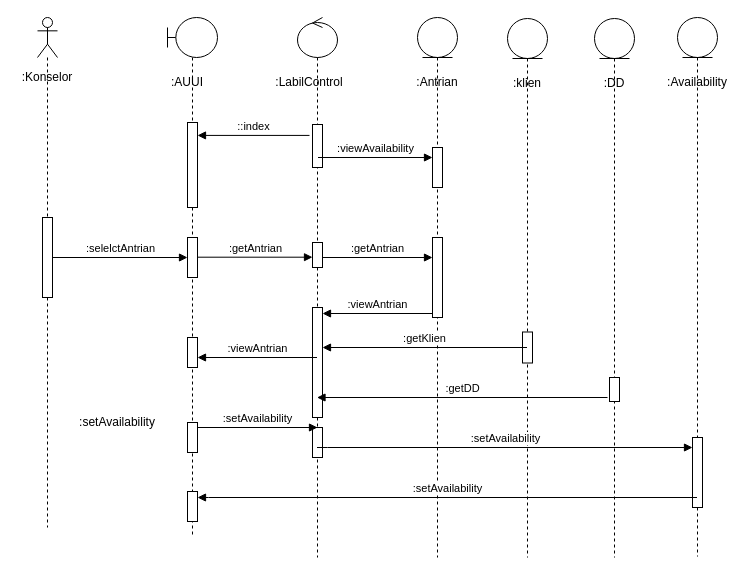
Before: Mini-Proj/Seq-MM.drawio in mahesri/uml_ads_sms3, a draw.io diagram. Source tidied: cells renumbered, new cells numbered last; positions are measured from the earlier drawing's top-left corner, leaving out a move shared by most shapes. Both pictures are drawn from the tidied source at 100%, with x=0, y=0 at pixel (17, 17).
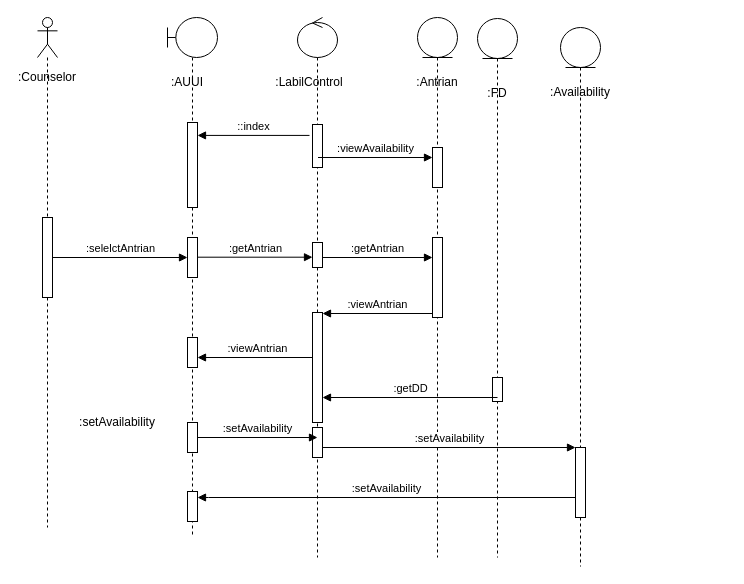
The same page after the edit.

The change refers to these unchanged cells:
```xml
<mxCell id="10" style="shape=umlLifeline;perimeter=lifelinePerimeter;whiteSpace=wrap;html=1;outlineConnect=0;portConstraint=eastwest;newEdgeStyle={&quot;curved&quot;:0,&quot;rounded&quot;:0};participant=umlControl;" parent="1" vertex="1">
  <mxGeometry x="280" width="40" height="540" as="geometry" />
</mxCell>
<mxCell id="14" style="html=1;points=[[0,0,0,0,5],[0,1,0,0,-5],[1,0,0,0,5],[1,1,0,0,-5]];perimeter=orthogonalPerimeter;outlineConnect=0;targetShapes=umlLifeline;portConstraint=eastwest;newEdgeStyle={&quot;curved&quot;:0,&quot;rounded&quot;:0};" parent="10" vertex="1">
  <mxGeometry x="15" y="410" width="10" height="30" as="geometry" />
</mxCell>
<mxCell id="36" style="html=1;points=[[0,0,0,0,5],[0,1,0,0,-5],[1,0,0,0,5],[1,1,0,0,-5]];perimeter=orthogonalPerimeter;outlineConnect=0;targetShapes=umlLifeline;portConstraint=eastwest;newEdgeStyle={&quot;curved&quot;:0,&quot;rounded&quot;:0};" parent="35" vertex="1">
  <mxGeometry x="15" y="420" width="10" height="70" as="geometry" />
</mxCell>
```

Change to the diagram source:
```diff
@@
-    <mxCell id="9" value=":Konselor" style="text;html=1;strokeColor=none;fillColor=none;align=center;verticalAlign=middle;whiteSpace=wrap;rounded=0;" parent="1" vertex="1">
+    <mxCell id="9" value=":Counselor" style="text;html=1;strokeColor=none;fillColor=none;align=center;verticalAlign=middle;whiteSpace=wrap;rounded=0;" parent="1" vertex="1">
       <mxGeometry y="45" width="60" height="30" as="geometry" />
     </mxCell>
@@
-    <mxCell id="13" style="html=1;points=[[0,0,0,0,5],[0,1,0,0,-5],[1,0,0,0,5],[1,1,0,0,-5]];perimeter=orthogonalPerimeter;outlineConnect=0;targetShapes=umlLifeline;portConstraint=eastwest;newEdgeStyle={&quot;curved&quot;:0,&quot;rounded&quot;:0};" parent="10" vertex="1">
-      <mxGeometry x="15" y="290" width="10" height="110" as="geometry" />
-    </mxCell>
@@
-    <mxCell id="17" value=":DD" style="text;html=1;strokeColor=none;fillColor=none;align=center;verticalAlign=middle;whiteSpace=wrap;rounded=0;" parent="1" vertex="1">
-      <mxGeometry x="567" y="51" width="60" height="30" as="geometry" />
+    <mxCell id="17" value=":FD" style="text;html=1;strokeColor=none;fillColor=none;align=center;verticalAlign=middle;whiteSpace=wrap;rounded=0;" parent="1" vertex="1">
+      <mxGeometry x="450" y="61" width="60" height="30" as="geometry" />
     </mxCell>
@@
-    <mxCell id="30" style="shape=umlLifeline;perimeter=lifelinePerimeter;whiteSpace=wrap;html=1;outlineConnect=0;portConstraint=eastwest;newEdgeStyle={&quot;curved&quot;:0,&quot;rounded&quot;:0};participant=umlEntity;" parent="1" vertex="1">
-      <mxGeometry x="490" y="1" width="40" height="539" as="geometry" />
-    </mxCell>
-    <mxCell id="31" style="html=1;perimeter=orthogonalPerimeter;targetShapes=umlLifeline;newEdgeStyle={&quot;curved&quot;:0,&quot;rounded&quot;:0};" parent="30" vertex="1">
-      <mxGeometry x="15" y="313.5" width="10" height="31" as="geometry" />
-    </mxCell>
-    <mxCell id="32" value=":klien" style="text;html=1;strokeColor=none;fillColor=none;align=center;verticalAlign=middle;whiteSpace=wrap;rounded=0;" parent="1" vertex="1">
-      <mxGeometry x="480" y="51" width="60" height="30" as="geometry" />
-    </mxCell>
     <mxCell id="33" style="shape=umlLifeline;perimeter=lifelinePerimeter;whiteSpace=wrap;html=1;newEdgeStyle={&quot;curved&quot;:0,&quot;rounded&quot;:0};participant=umlEntity;" parent="1" vertex="1">
-      <mxGeometry x="577" y="1" width="40" height="539" as="geometry" />
+      <mxGeometry x="460" y="1" width="40" height="539" as="geometry" />
     </mxCell>
@@
     <mxCell id="35" style="shape=umlLifeline;perimeter=lifelinePerimeter;whiteSpace=wrap;html=1;outlineConnect=0;portConstraint=eastwest;newEdgeStyle={&quot;curved&quot;:0,&quot;rounded&quot;:0};participant=umlEntity;" parent="1" vertex="1">
-      <mxGeometry x="660" width="40" height="539" as="geometry" />
+      <mxGeometry x="543" y="10" width="40" height="539" as="geometry" />
     </mxCell>
@@
     <mxCell id="37" value=":Availability" style="text;html=1;strokeColor=none;fillColor=none;align=center;verticalAlign=middle;whiteSpace=wrap;rounded=0;" parent="1" vertex="1">
-      <mxGeometry x="650" y="50" width="60" height="30" as="geometry" />
+      <mxGeometry x="533" y="60" width="60" height="30" as="geometry" />
     </mxCell>
@@
-    <mxCell id="39" value=":getKlien" style="html=1;verticalAlign=bottom;endArrow=none;curved=0;rounded=0;endFill=0;startArrow=block;startFill=1;" parent="1" edge="1" target="30">
-      <mxGeometry relative="1" as="geometry">
-        <mxPoint x="305" y="330" as="sourcePoint" />
-      </mxGeometry>
-    </mxCell>
-    <mxCell id="40" value=":getDD" style="html=1;verticalAlign=bottom;endArrow=none;curved=0;rounded=0;endFill=0;startArrow=block;startFill=1;" parent="1" edge="1" source="10">
+    <mxCell id="40" value=":getDD" style="html=1;verticalAlign=bottom;endArrow=none;curved=0;rounded=0;endFill=0;startArrow=block;startFill=1;" parent="1" edge="1" source="13">
       <mxGeometry relative="1" as="geometry">
-        <mxPoint x="590" y="380" as="targetPoint" />
+        <mxPoint x="480" y="380" as="targetPoint" />
       </mxGeometry>
     </mxCell>
@@
-    <mxCell id="43" value=":setAvailability" style="html=1;verticalAlign=bottom;endArrow=block;curved=0;rounded=0;endFill=1;startArrow=none;startFill=0;" parent="1" edge="1" source="10" target="36">
-      <mxGeometry relative="1" as="geometry">
-        <Array as="points">
-          <mxPoint x="310" y="430" />
-        </Array>
-      </mxGeometry>
+    <mxCell id="43" value=":setAvailability" style="html=1;verticalAlign=bottom;endArrow=block;curved=0;rounded=0;endFill=1;startArrow=none;startFill=0;" parent="1" edge="1" source="14" target="36">
+      <mxGeometry relative="1" as="geometry" />
     </mxCell>
     <mxCell id="44" value=":setAvailability" style="html=1;verticalAlign=bottom;endArrow=block;curved=0;rounded=0;" parent="1" edge="1">
       <mxGeometry relative="1" as="geometry">
-        <mxPoint x="180" y="410" as="sourcePoint" />
-        <mxPoint x="300" y="410" as="targetPoint" />
+        <mxPoint x="180" y="420" as="sourcePoint" />
+        <mxPoint x="300" y="420" as="targetPoint" />
       </mxGeometry>
     </mxCell>
@@
-    <mxCell id="46" value=":setAvailability" style="html=1;verticalAlign=bottom;endArrow=none;curved=0;rounded=0;endFill=0;startArrow=block;startFill=1;" parent="1" edge="1" target="35">
+    <mxCell id="46" value=":setAvailability" style="html=1;verticalAlign=bottom;endArrow=none;curved=0;rounded=0;endFill=0;startArrow=block;startFill=1;" parent="1" edge="1" target="36">
       <mxGeometry relative="1" as="geometry">
         <mxPoint x="180" y="480" as="sourcePoint" />
         <Array as="points">
           <mxPoint x="191" y="480" />
         </Array>
       </mxGeometry>
     </mxCell>
+    <mxCell id="13" style="html=1;points=[[0,0,0,0,5],[0,1,0,0,-5],[1,0,0,0,5],[1,1,0,0,-5]];perimeter=orthogonalPerimeter;outlineConnect=0;targetShapes=umlLifeline;portConstraint=eastwest;newEdgeStyle={&quot;curved&quot;:0,&quot;rounded&quot;:0};" parent="1" vertex="1">
+      <mxGeometry x="295" y="295" width="10" height="110" as="geometry" />
+    </mxCell>
+    <mxCell id="47" style="html=1;verticalAlign=bottom;endArrow=none;curved=0;rounded=0;endFill=0;startArrow=block;startFill=1;" parent="1" edge="1" source="10" target="13">
+      <mxGeometry relative="1" as="geometry" />
+    </mxCell>
```
